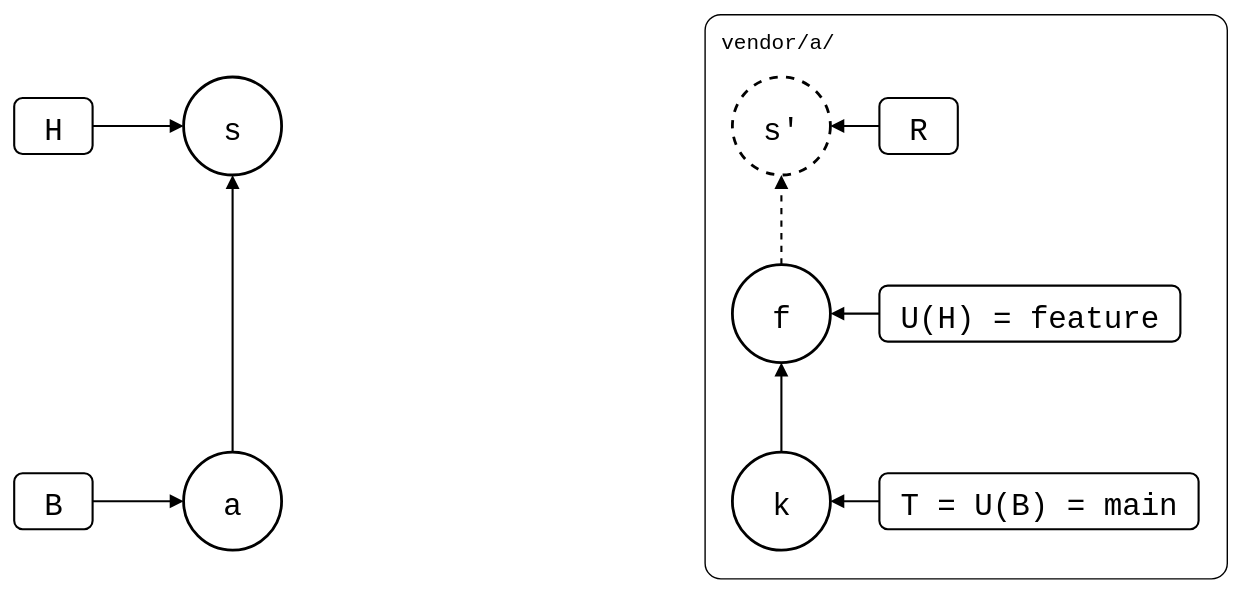
The draw.io diagram git-splice/test/scenarios/03-branches-and-teamwork/03-squash-merged-pull/01-local-edit-in-the-squash/local-edit-in-the-squash.drawio.svg in roschaefer/episodes, before a commit. Source tidied: cells renumbered, new cells last; positions are measured from the earlier drawing's top-left corner, leaving out a move shared by most shapes. Its diagram source:
```xml
<mxGraphModel background="#ffffff">
  <root>
    <mxCell id="0" />
    <mxCell id="1" parent="0" />
    <mxCell id="2" value="vendor/a/" style="rounded=1;arcSize=3;fillColor=none;strokeWidth=1;fontSize=15;verticalAlign=top;align=left;spacingLeft=10;spacingTop=4;fontFamily=Roboto Mono,monospace;" parent="1" vertex="1">
      <mxGeometry x="493" width="373" height="403" as="geometry" />
    </mxCell>
    <mxCell id="3" value="a" style="ellipse;strokeWidth=2;fontSize=22;fontFamily=Roboto Mono,monospace;" parent="1" vertex="1">
      <mxGeometry x="121" y="313" width="70" height="70" as="geometry" />
    </mxCell>
    <mxCell id="4" value="s" style="ellipse;strokeWidth=2;fontSize=22;fontFamily=Roboto Mono,monospace;" parent="1" vertex="1">
      <mxGeometry x="121" y="45" width="70" height="70" as="geometry" />
    </mxCell>
    <mxCell id="5" value="k" style="ellipse;strokeWidth=2;fontSize=22;fontFamily=Roboto Mono,monospace;" parent="1" vertex="1">
      <mxGeometry x="513" y="313" width="70" height="70" as="geometry" />
    </mxCell>
    <mxCell id="6" value="f" style="ellipse;strokeWidth=2;fontSize=22;fontFamily=Roboto Mono,monospace;" parent="1" vertex="1">
      <mxGeometry x="513" y="179" width="70" height="70" as="geometry" />
    </mxCell>
    <mxCell id="7" value="s'" style="ellipse;strokeWidth=2;fontSize=22;fontFamily=Roboto Mono,monospace;dashed=1;" parent="1" vertex="1">
      <mxGeometry x="513" y="45" width="70" height="70" as="geometry" />
    </mxCell>
    <mxCell id="8" value="H" style="rounded=1;strokeWidth=1.5;fontSize=22;fontFamily=Roboto Mono,monospace;" parent="1" vertex="1">
      <mxGeometry y="60" width="56" height="40" as="geometry" />
    </mxCell>
    <mxCell id="9" style="endArrow=block;endFill=1;html=1;strokeWidth=1.5;rounded=0;" parent="1" edge="1" source="8" target="4">
      <mxGeometry relative="1" as="geometry" />
    </mxCell>
    <mxCell id="10" value="B" style="rounded=1;strokeWidth=1.5;fontSize=22;fontFamily=Roboto Mono,monospace;" parent="1" vertex="1">
      <mxGeometry y="328" width="56" height="40" as="geometry" />
    </mxCell>
    <mxCell id="11" style="endArrow=block;endFill=1;html=1;strokeWidth=1.5;rounded=0;" parent="1" edge="1" source="10" target="3">
      <mxGeometry relative="1" as="geometry" />
    </mxCell>
    <mxCell id="12" value="T = U(B) = main" style="rounded=1;strokeWidth=1.5;fontSize=22;fontFamily=Roboto Mono,monospace;" parent="1" vertex="1">
      <mxGeometry x="618" y="328" width="228" height="40" as="geometry" />
    </mxCell>
    <mxCell id="13" style="endArrow=block;endFill=1;html=1;strokeWidth=1.5;rounded=0;" parent="1" edge="1" source="12" target="5">
      <mxGeometry relative="1" as="geometry" />
    </mxCell>
    <mxCell id="14" value="U(H) = feature" style="rounded=1;strokeWidth=1.5;fontSize=22;fontFamily=Roboto Mono,monospace;" parent="1" vertex="1">
      <mxGeometry x="618" y="194" width="215" height="40" as="geometry" />
    </mxCell>
    <mxCell id="15" style="endArrow=block;endFill=1;html=1;strokeWidth=1.5;rounded=0;" parent="1" edge="1" source="14" target="6">
      <mxGeometry relative="1" as="geometry" />
    </mxCell>
    <mxCell id="16" value="R" style="rounded=1;strokeWidth=1.5;fontSize=22;fontFamily=Roboto Mono,monospace;" parent="1" vertex="1">
      <mxGeometry x="618" y="60" width="56" height="40" as="geometry" />
    </mxCell>
    <mxCell id="17" style="endArrow=block;endFill=1;html=1;strokeWidth=1.5;rounded=0;" parent="1" edge="1" source="16" target="7">
      <mxGeometry relative="1" as="geometry" />
    </mxCell>
    <mxCell id="18" style="endArrow=block;endFill=1;html=1;strokeWidth=1.5;rounded=0;" parent="1" edge="1" source="3" target="4">
      <mxGeometry relative="1" as="geometry" />
    </mxCell>
    <mxCell id="19" style="endArrow=block;endFill=1;html=1;strokeWidth=1.5;rounded=0;" parent="1" edge="1" source="5" target="6">
      <mxGeometry relative="1" as="geometry" />
    </mxCell>
    <mxCell id="20" style="endArrow=block;endFill=1;html=1;strokeWidth=1.5;rounded=0;dashed=1;" parent="1" edge="1" source="6" target="7">
      <mxGeometry relative="1" as="geometry" />
    </mxCell>
  </root>
</mxGraphModel>
```
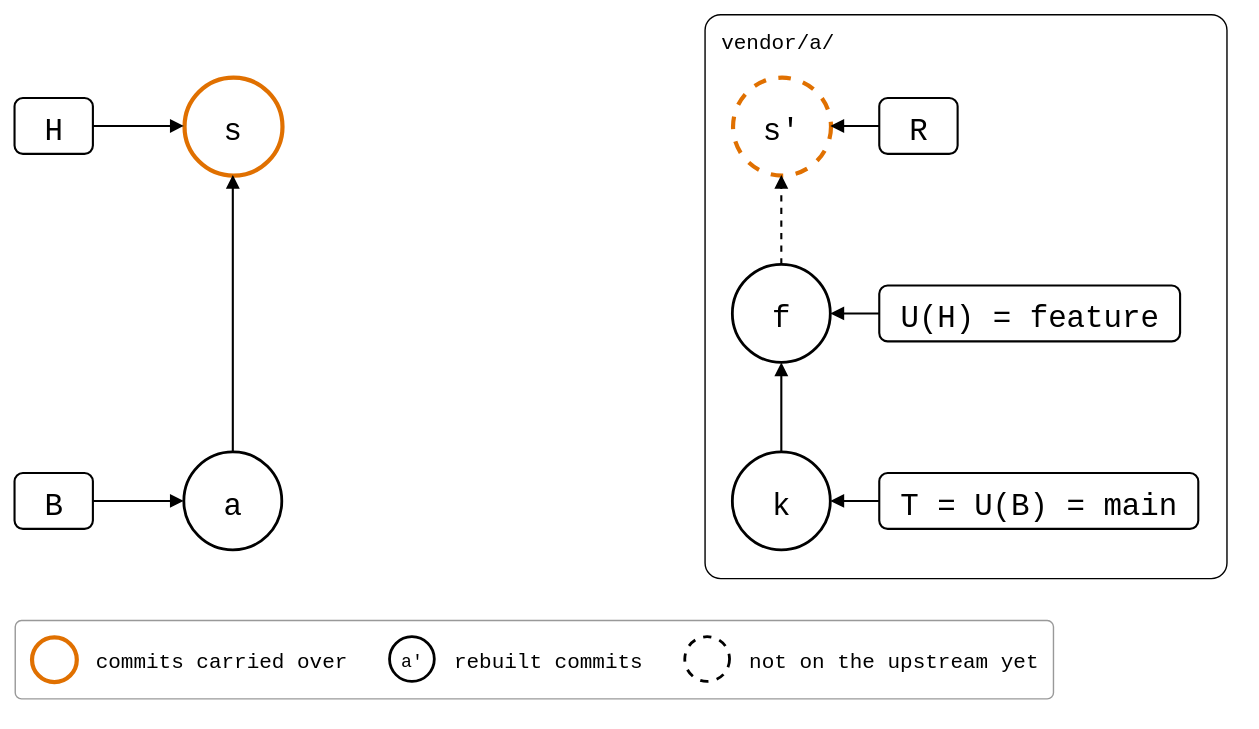
The same file after the commit.

The edit, as a diff of the source:
```diff
@@ -8,7 +8,7 @@
     <mxCell id="3" value="a" style="ellipse;strokeWidth=2;fontSize=22;fontFamily=Roboto Mono,monospace;" parent="1" vertex="1">
       <mxGeometry x="121" y="313" width="70" height="70" as="geometry" />
     </mxCell>
-    <mxCell id="4" value="s" style="ellipse;strokeWidth=2;fontSize=22;fontFamily=Roboto Mono,monospace;" parent="1" vertex="1">
+    <mxCell id="4" value="s" style="ellipse;fontSize=22;fontFamily=Roboto Mono,monospace;strokeColor=#E07000;strokeWidth=3;" parent="1" vertex="1">
       <mxGeometry x="121" y="45" width="70" height="70" as="geometry" />
     </mxCell>
     <mxCell id="5" value="k" style="ellipse;strokeWidth=2;fontSize=22;fontFamily=Roboto Mono,monospace;" parent="1" vertex="1">
@@ -17,7 +17,7 @@
     <mxCell id="6" value="f" style="ellipse;strokeWidth=2;fontSize=22;fontFamily=Roboto Mono,monospace;" parent="1" vertex="1">
       <mxGeometry x="513" y="179" width="70" height="70" as="geometry" />
     </mxCell>
-    <mxCell id="7" value="s'" style="ellipse;strokeWidth=2;fontSize=22;fontFamily=Roboto Mono,monospace;dashed=1;" parent="1" vertex="1">
+    <mxCell id="7" value="s'" style="ellipse;fontSize=22;fontFamily=Roboto Mono,monospace;dashed=1;strokeColor=#E07000;strokeWidth=3;" parent="1" vertex="1">
       <mxGeometry x="513" y="45" width="70" height="70" as="geometry" />
     </mxCell>
     <mxCell id="8" value="H" style="rounded=1;strokeWidth=1.5;fontSize=22;fontFamily=Roboto Mono,monospace;" parent="1" vertex="1">
@@ -59,5 +59,26 @@
     <mxCell id="20" style="endArrow=block;endFill=1;html=1;strokeWidth=1.5;rounded=0;dashed=1;" parent="1" edge="1" source="6" target="7">
       <mxGeometry relative="1" as="geometry" />
     </mxCell>
+    <mxCell id="21" style="rounded=1;arcSize=8;fillColor=none;strokeColor=#999999;strokeWidth=1;legend=1;" parent="1" vertex="1">
+      <mxGeometry y="433" width="742" height="56" as="geometry" />
+    </mxCell>
+    <mxCell id="22" style="ellipse;fontSize=13;fontFamily=Roboto Mono,monospace;strokeColor=#E07000;strokeWidth=3;" parent="21" vertex="1">
+      <mxGeometry x="12" y="12" width="32" height="32" as="geometry" />
+    </mxCell>
+    <mxCell id="23" value="commits carried over" style="text;align=left;verticalAlign=middle;fontSize=15;fontFamily=Roboto Mono,monospace;" parent="21" vertex="1">
+      <mxGeometry x="56" y="12" width="180" height="32" as="geometry" />
+    </mxCell>
+    <mxCell id="24" value="a'" style="ellipse;fontSize=13;fontFamily=Roboto Mono,monospace;strokeWidth=2;" parent="21" vertex="1">
+      <mxGeometry x="268" y="12" width="32" height="32" as="geometry" />
+    </mxCell>
+    <mxCell id="25" value="rebuilt commits" style="text;align=left;verticalAlign=middle;fontSize=15;fontFamily=Roboto Mono,monospace;" parent="21" vertex="1">
+      <mxGeometry x="312" y="12" width="135" height="32" as="geometry" />
+    </mxCell>
+    <mxCell id="26" style="ellipse;fontSize=13;fontFamily=Roboto Mono,monospace;strokeWidth=2;dashed=1;" parent="21" vertex="1">
+      <mxGeometry x="479" y="12" width="32" height="32" as="geometry" />
+    </mxCell>
+    <mxCell id="27" value="not on the upstream yet" style="text;align=left;verticalAlign=middle;fontSize=15;fontFamily=Roboto Mono,monospace;" parent="21" vertex="1">
+      <mxGeometry x="523" y="12" width="207" height="32" as="geometry" />
+    </mxCell>
   </root>
 </mxGraphModel>
```
